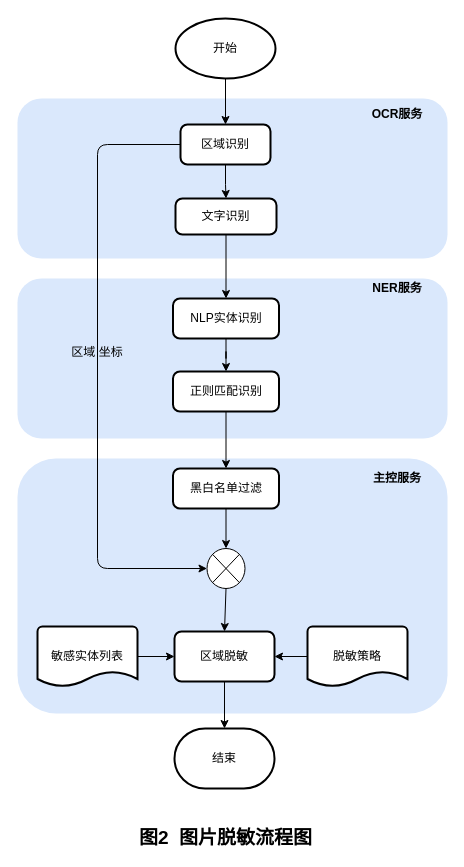
Earlier version of the draw.io diagram mask_grogress.drawio (mysuochao/diagram). Source tidied: cells renumbered, new cells numbered last; positions are measured from the earlier drawing's top-left corner, leaving out a move shared by most shapes. Both pictures are drawn from the tidied source at 100%, with x=0, y=0 at pixel (17, 18).
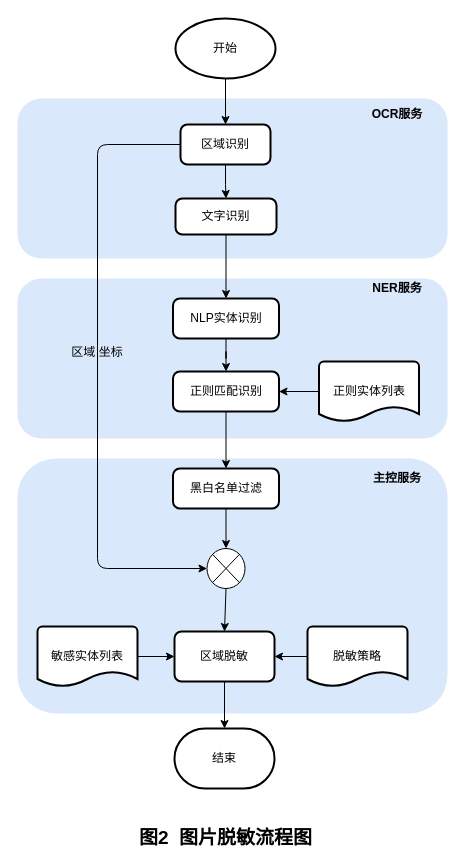
Above is the later version.

The change refers to these unchanged cells:
```xml
<mxCell id="14" value="正则匹配识别" style="rounded=1;whiteSpace=wrap;html=1;absoluteArcSize=1;arcSize=14;strokeWidth=2;" parent="1" vertex="1">
  <mxGeometry x="155.5" y="353" width="106" height="40" as="geometry" />
</mxCell>
```

Change to the diagram source:
```diff
@@
+    <mxCell id="32" style="edgeStyle=orthogonalEdgeStyle;rounded=0;jettySize=auto;html=1;fontSize=15;" parent="1" edge="1" source="33" target="14">
+      <mxGeometry relative="1" as="geometry" />
+    </mxCell>
+    <mxCell id="33" value="正则实体列表" style="strokeWidth=2;html=1;shape=mxgraph.flowchart.document2;whiteSpace=wrap;size=0.25;" parent="1" vertex="1">
+      <mxGeometry x="301.5" y="343" width="100" height="60" as="geometry" />
+    </mxCell>
```
